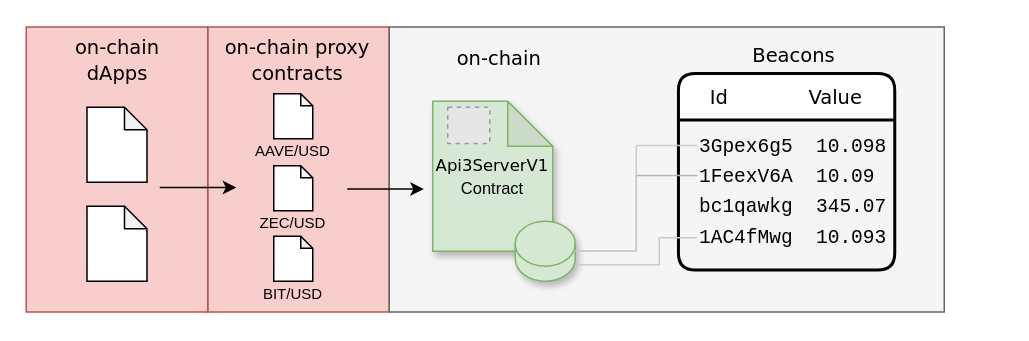
api3dao/vitepress-docs keeps this draw.io diagram as docs/reference/dapis/assets/diagrams/proxy.drawio. Above is the earlier version. Source tidied: cells renumbered, new cells numbered last; positions are measured from the earlier drawing's top-left corner, leaving out a move shared by most shapes. Both pictures are drawn from the tidied source at 150%, with x=0, y=0 at pixel (26, 27). Pictures stored in the file or linked from it are replaced by grey dashed boxes.
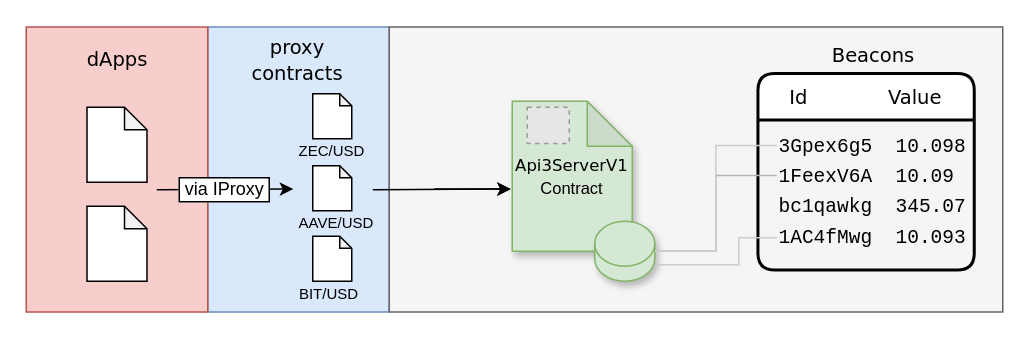
The same diagram, later.

The edit, as a diff of the source:
```diff
@@
-    <mxCell id="2" style="rounded=0;whiteSpace=wrap;html=1;shadow=0;fillColor=#f8cecc;strokeColor=#b85450;" parent="1" vertex="1">
+    <mxCell id="2" style="rounded=0;whiteSpace=wrap;html=1;shadow=0;fillColor=#dae8fc;strokeColor=#6c8ebf;" parent="1" vertex="1">
       <mxGeometry x="121" y="-0.5" width="121" height="190" as="geometry" />
     </mxCell>
     <mxCell id="3" style="rounded=0;whiteSpace=wrap;html=1;shadow=0;fillColor=#f5f5f5;fontColor=#333333;strokeColor=#666666;" parent="1" vertex="1">
-      <mxGeometry x="242" y="-0.5" width="370" height="190" as="geometry" />
+      <mxGeometry x="242" y="-0.5" width="409" height="190" as="geometry" />
     </mxCell>
     <mxCell id="4" value="&lt;font style=&quot;font-size: 11px;&quot;&gt;&lt;font style=&quot;font-size: 11px;&quot; face=&quot;Verdana&quot;&gt;Api3ServerV1&lt;br&gt;&lt;/font&gt;Contract&lt;br&gt;&lt;/font&gt;" style="shape=note;whiteSpace=wrap;html=1;backgroundOutline=1;darkOpacity=0.05;shadow=1;fillColor=#d5e8d4;strokeColor=#82b366;" parent="1" vertex="1">
-      <mxGeometry x="271" y="49" width="80" height="100" as="geometry" />
+      <mxGeometry x="324" y="49" width="80" height="100" as="geometry" />
     </mxCell>
     <mxCell id="5" style="shape=cylinder3;whiteSpace=wrap;html=1;boundedLbl=1;backgroundOutline=1;size=15;shadow=1;fontSize=14;fillColor=#d5e8d4;strokeColor=#82b366;" parent="1" vertex="1">
-      <mxGeometry x="326" y="129" width="40" height="40" as="geometry" />
+      <mxGeometry x="379" y="129" width="40" height="40" as="geometry" />
     </mxCell>
-    <mxCell id="6" value="&lt;font face=&quot;Verdana&quot; style=&quot;font-size: 13px&quot;&gt;on-chain&lt;/font&gt;" style="text;html=1;strokeColor=none;fillColor=none;align=center;verticalAlign=middle;whiteSpace=wrap;rounded=0;shadow=1;fontSize=14;" parent="1" vertex="1">
-      <mxGeometry x="248" y="5" width="135" height="30" as="geometry" />
-    </mxCell>
     <mxCell id="7" style="fillColor=#E6E6E6;strokeColor=#999999;dashed=1;verticalLabelPosition=bottom;labelBackgroundColor=default;verticalAlign=top;fontSize=12;" parent="1" vertex="1">
-      <mxGeometry x="281" y="53" width="28" height="24.2" as="geometry" />
+      <mxGeometry x="334" y="53" width="28" height="24.2" as="geometry" />
     </mxCell>
     <mxCell id="8" value="Id             Value" style="swimlane;horizontal=1;startSize=31;rounded=1;fontSize=13;fontStyle=0;strokeWidth=2;shadow=0;dashed=0;align=center;arcSize=12;fontFamily=Verdana;" parent="1" vertex="1">
-      <mxGeometry x="434.8" y="30.5" width="144.2" height="131" as="geometry" />
+      <mxGeometry x="487.8" y="30.5" width="144.2" height="131" as="geometry" />
     </mxCell>
     <mxCell id="9" value="&lt;font face=&quot;Verdana&quot; size=&quot;1&quot;&gt;&lt;span style=&quot;font-size: 13px&quot;&gt;Beacons&lt;/span&gt;&lt;/font&gt;" style="text;html=1;strokeColor=none;fillColor=none;align=center;verticalAlign=middle;whiteSpace=wrap;rounded=0;fontFamily=Courier New;" parent="1" vertex="1">
-      <mxGeometry x="481.9" y="4" width="60" height="30" as="geometry" />
+      <mxGeometry x="534.9" y="4" width="60" height="30" as="geometry" />
     </mxCell>
     <mxCell id="10" value="&lt;span style=&quot;font-size: 13px&quot;&gt;3Gpex6g5&amp;nbsp; 10.098&lt;/span&gt;" style="text;html=1;strokeColor=none;fillColor=none;align=left;verticalAlign=middle;whiteSpace=wrap;rounded=0;fontFamily=Courier New;" parent="1" vertex="1">
-      <mxGeometry x="447.4" y="68.5" width="129" height="20" as="geometry" />
+      <mxGeometry x="500.4" y="68.5" width="129" height="20" as="geometry" />
     </mxCell>
     <mxCell id="11" value="&lt;span style=&quot;font-size: 13px;&quot;&gt;1FeexV6A&amp;nbsp; 10.09&lt;/span&gt;" style="text;html=1;strokeColor=none;fillColor=none;align=left;verticalAlign=middle;whiteSpace=wrap;rounded=0;fontFamily=Courier New;" parent="1" vertex="1">
-      <mxGeometry x="447.4" y="88.5" width="129" height="20" as="geometry" />
+      <mxGeometry x="500.4" y="88.5" width="129" height="20" as="geometry" />
     </mxCell>
     <mxCell id="12" value="&lt;span style=&quot;font-size: 13px;&quot;&gt;bc1qawkg&amp;nbsp; 345.07&lt;/span&gt;" style="text;html=1;strokeColor=none;fillColor=none;align=left;verticalAlign=middle;whiteSpace=wrap;rounded=0;fontFamily=Courier New;" parent="1" vertex="1">
-      <mxGeometry x="447.4" y="108.5" width="129" height="20" as="geometry" />
+      <mxGeometry x="500.4" y="108.5" width="129" height="20" as="geometry" />
     </mxCell>
     <mxCell id="13" value="&lt;span style=&quot;font-size: 13px&quot;&gt;1AC4fMwg&amp;nbsp; 10.093&lt;/span&gt;" style="text;html=1;strokeColor=none;fillColor=none;align=left;verticalAlign=middle;whiteSpace=wrap;rounded=0;fontFamily=Courier New;" parent="1" vertex="1">
-      <mxGeometry x="447.4" y="128.5" width="129" height="23" as="geometry" />
+      <mxGeometry x="500.4" y="128.5" width="129" height="23" as="geometry" />
     </mxCell>
-    <mxCell id="14" value="&lt;font face=&quot;Verdana&quot; style=&quot;font-size: 13px&quot;&gt;on-chain proxy contracts&lt;/font&gt;" style="text;html=1;strokeColor=none;fillColor=none;align=center;verticalAlign=middle;whiteSpace=wrap;rounded=0;shadow=1;fontSize=14;" parent="1" vertex="1">
+    <mxCell id="14" value="&lt;font face=&quot;Verdana&quot; style=&quot;font-size: 13px&quot;&gt;proxy contracts&lt;/font&gt;" style="text;html=1;strokeColor=none;fillColor=none;align=center;verticalAlign=middle;whiteSpace=wrap;rounded=0;shadow=1;fontSize=14;" parent="1" vertex="1">
       <mxGeometry x="131" y="5.9" width="100" height="30" as="geometry" />
     </mxCell>
     <mxCell id="15" style="endArrow=none;startArrow=classic;html=1;rounded=0;fontSize=11;endFill=0;" parent="1" edge="1">
       <mxGeometry relative="1" as="geometry">
-        <mxPoint x="265" y="107.5" as="sourcePoint" />
-        <mxPoint x="214" y="107.5" as="targetPoint" />
+        <mxPoint x="323" y="107.5" as="sourcePoint" />
+        <mxPoint x="272" y="107.5" as="targetPoint" />
       </mxGeometry>
     </mxCell>
@@
     <mxCell id="18" style="endArrow=none;html=1;rounded=0;strokeColor=#CCCCCC;fontSize=11;entryX=0;entryY=0.5;entryDx=0;entryDy=0;edgeStyle=orthogonalEdgeStyle;" parent="1" edge="1" target="13">
       <mxGeometry relative="1" as="geometry">
-        <mxPoint x="368" y="158" as="sourcePoint" />
+        <mxPoint x="421" y="158" as="sourcePoint" />
         <Array as="points">
-          <mxPoint x="422" y="158" />
-          <mxPoint x="422" y="140" />
+          <mxPoint x="475" y="158" />
+          <mxPoint x="475" y="140" />
         </Array>
       </mxGeometry>
     </mxCell>
     <mxCell id="19" style="shape=note;whiteSpace=wrap;html=1;backgroundOutline=1;darkOpacity=0.05;size=8;" parent="1" vertex="1">
-      <mxGeometry x="165" y="44" width="26" height="30" as="geometry" />
+      <mxGeometry x="191" y="44" width="26" height="30" as="geometry" />
     </mxCell>
     <mxCell id="20" style="shape=note;whiteSpace=wrap;html=1;backgroundOutline=1;darkOpacity=0.05;size=8;" parent="1" vertex="1">
-      <mxGeometry x="165" y="92" width="26" height="30" as="geometry" />
+      <mxGeometry x="191" y="92" width="26" height="30" as="geometry" />
     </mxCell>
     <mxCell id="21" style="shape=note;whiteSpace=wrap;html=1;backgroundOutline=1;darkOpacity=0.05;size=8;" parent="1" vertex="1">
-      <mxGeometry x="165" y="139" width="26" height="30" as="geometry" />
+      <mxGeometry x="191" y="139" width="26" height="30" as="geometry" />
     </mxCell>
     <mxCell id="22" value="&lt;font style=&quot;font-size: 10px;&quot;&gt;AAVE/USD&lt;/font&gt;" style="text;html=1;strokeColor=none;fillColor=none;align=center;verticalAlign=middle;whiteSpace=wrap;rounded=0;fontSize=7;" parent="1" vertex="1">
-      <mxGeometry x="148" y="67.2" width="60" height="30" as="geometry" />
+      <mxGeometry x="177" y="115" width="60" height="30" as="geometry" />
     </mxCell>
     <mxCell id="23" value="&lt;font style=&quot;font-size: 10px;&quot;&gt;ZEC/USD&lt;/font&gt;" style="text;html=1;strokeColor=none;fillColor=none;align=center;verticalAlign=middle;whiteSpace=wrap;rounded=0;fontSize=7;" parent="1" vertex="1">
-      <mxGeometry x="148" y="115" width="60" height="30" as="geometry" />
+      <mxGeometry x="174" y="66.5" width="60" height="30" as="geometry" />
     </mxCell>
     <mxCell id="24" value="&lt;font style=&quot;font-size: 10px;&quot;&gt;BIT/USD&lt;/font&gt;" style="text;html=1;strokeColor=none;fillColor=none;align=center;verticalAlign=middle;whiteSpace=wrap;rounded=0;fontSize=7;" parent="1" vertex="1">
-      <mxGeometry x="148" y="162" width="60" height="30" as="geometry" />
+      <mxGeometry x="172" y="162" width="60" height="30" as="geometry" />
     </mxCell>
@@
-    <mxCell id="26" value="&lt;font face=&quot;Verdana&quot; style=&quot;font-size: 13px&quot;&gt;on-chain dApps&lt;/font&gt;" style="text;html=1;strokeColor=none;fillColor=none;align=center;verticalAlign=middle;whiteSpace=wrap;rounded=0;shadow=1;fontSize=14;" parent="1" vertex="1">
+    <mxCell id="26" value="&lt;font face=&quot;Verdana&quot; style=&quot;font-size: 13px&quot;&gt;dApps&lt;/font&gt;" style="text;html=1;strokeColor=none;fillColor=none;align=center;verticalAlign=middle;whiteSpace=wrap;rounded=0;shadow=1;fontSize=14;" parent="1" vertex="1">
       <mxGeometry x="10.5" y="5.9" width="100" height="30" as="geometry" />
     </mxCell>
@@
-    <mxCell id="29" style="endArrow=none;startArrow=classic;html=1;rounded=0;fontSize=11;endFill=0;" parent="1" edge="1">
-      <mxGeometry relative="1" as="geometry">
-        <mxPoint x="140" y="106.5" as="sourcePoint" />
-        <mxPoint x="89" y="106.5" as="targetPoint" />
-      </mxGeometry>
-    </mxCell>
+    <mxCell id="30" value="&lt;font style=&quot;font-size: 12px;&quot;&gt;&amp;nbsp;via IProxy&amp;nbsp;&lt;/font&gt;" style="endArrow=none;startArrow=classic;html=1;rounded=0;fontSize=11;endFill=0;labelBorderColor=default;" parent="1" edge="1">
+      <mxGeometry x="0.01" relative="1" as="geometry">
+        <mxPoint x="178" y="107.5" as="sourcePoint" />
+        <mxPoint x="87" y="108" as="targetPoint" />
+      </mxGeometry>
+    </mxCell>
+    <mxCell id="31" style="endArrow=none;startArrow=classic;html=1;rounded=0;fontSize=11;endFill=0;" parent="1" edge="1">
+      <mxGeometry relative="1" as="geometry">
+        <mxPoint x="323" y="107.5" as="sourcePoint" />
+        <mxPoint x="231" y="108" as="targetPoint" />
+      </mxGeometry>
+    </mxCell>
```
